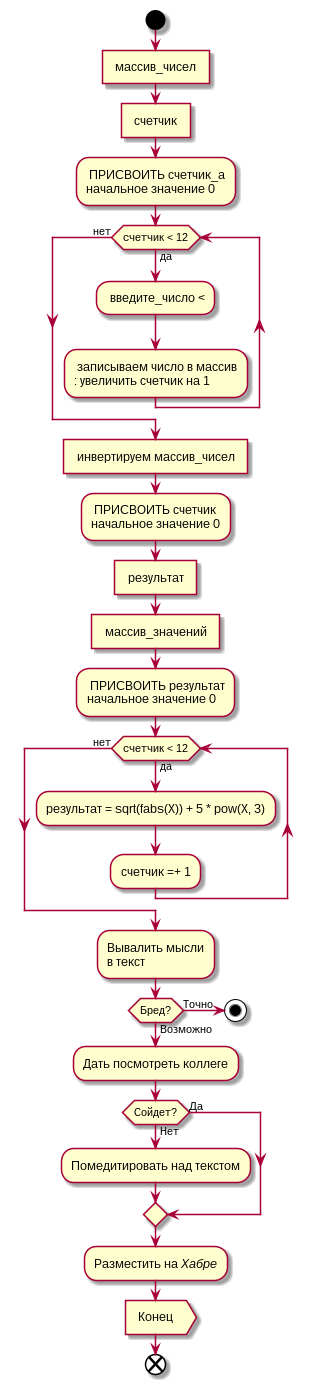
This is TPK.png from demo2022-prog/Homework, a PlantUML export, as it was before one commit.
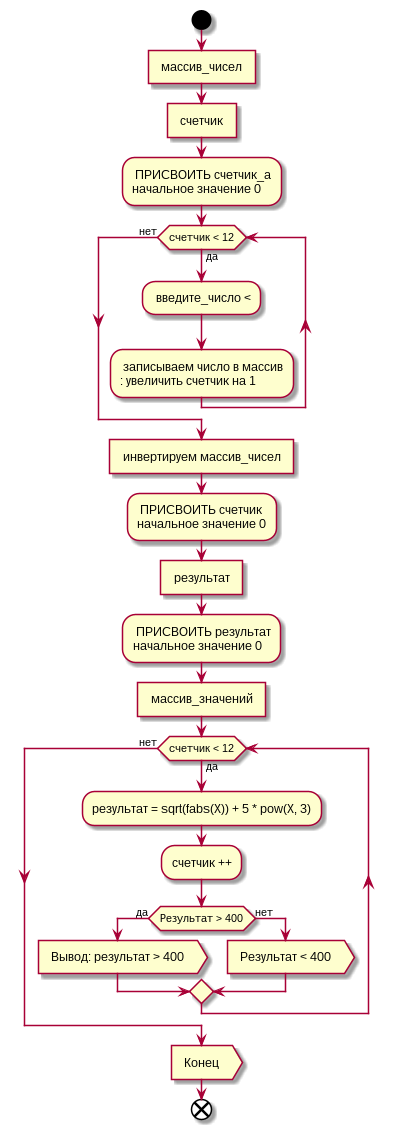
Above is the later version.

Commit message:
upd2_homework

What changed in the source:
```diff
@@ -1,41 +1,27 @@
 @startuml
-
 start
-
 : массив_чисел ]
 : счетчик ]
 : ПРИСВОИТЬ счетчик_a\nначальное значение 0;
 while (счетчик < 12) is (да)
-	: введите_число <;
-	: записываем число в массив
-	: увеличить счетчик на 1;
+ : введите_число <;
+ : записываем число в массив
+ : увеличить счетчик на 1;
 endwhile (нет)
 : инвертируем массив_чисел ]
 : ПРИСВОИТЬ счетчик\nначальное значение 0;
 : результат ]
+: ПРИСВОИТЬ результат\nначальное значение 0;
 : массив_значений ]
-: ПРИСВОИТЬ результат\nначальное значение 0;
 while (счетчик < 12) is (да)
-	:результат = sqrt(fabs(Х)) + 5 * pow(Х, 3);
-	:счетчик =+ 1;
+ :результат = sqrt(fabs(Х)) + 5 * pow(Х, 3);
+ :счетчик ++;
+if (Результат > 400) then (да)
+: Вывод: результат > 400 >
+else (нет)
+: Результат < 400 >
+endif
 endwhile (нет)
-
-:Вывалить мысли
-в текст;
-if (Бред?) then (Возможно)
-    :Дать посмотреть коллеге;
-    if (Сойдет?) then (Да)
-    else (Нет)
-        :Помедитировать над текстом;
-    endif
-    :Разместить на //Хабре//;
-else (Точно)
-    stop
-endif
-
 : Конец >
-
-
 end
-
 @enduml
```
